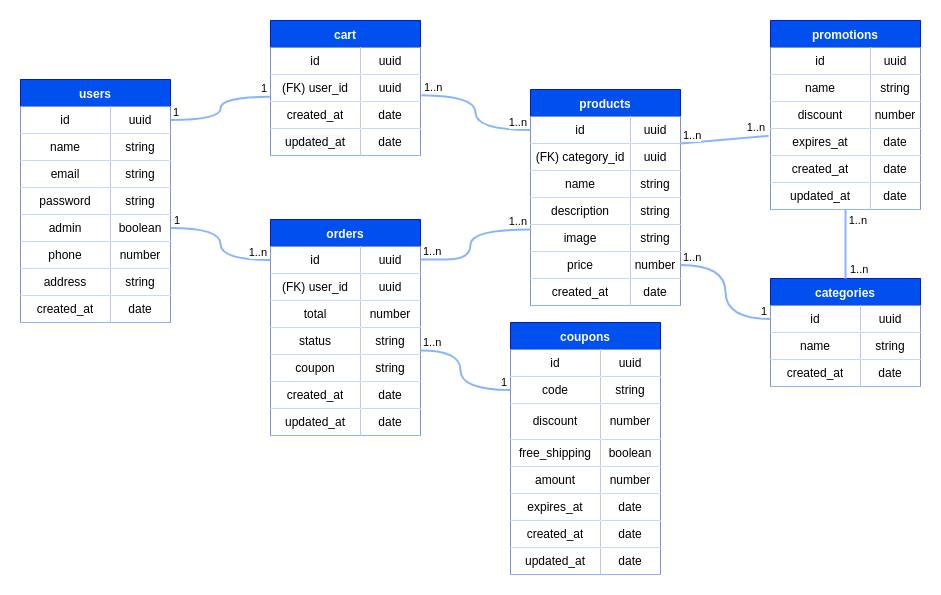
The draw.io diagram diagram.png in lucasdavidoj/pizzeriaAPI, before a commit. Source tidied: cells renumbered, new cells last; positions are measured from the earlier drawing's top-left corner, leaving out a move shared by most shapes.
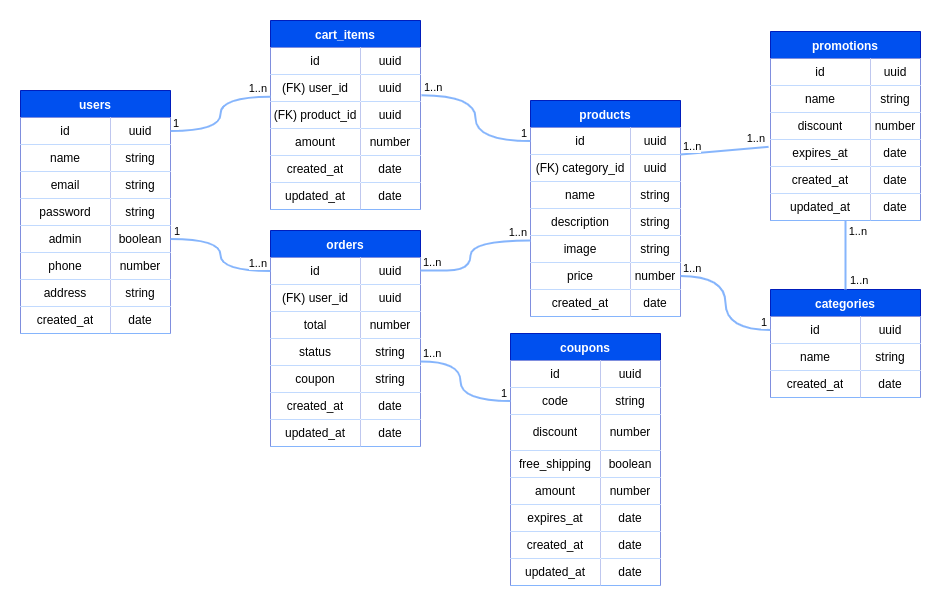
Later version of the same file.

The edit, as a diff of the source:
```diff
@@ -314,8 +314,8 @@
     <mxCell id="105" value="date" style="shape=partialRectangle;html=1;whiteSpace=wrap;top=0;left=0;bottom=1;right=0;overflow=hidden;strokeColor=#86B5FC;" parent="103" vertex="1">
       <mxGeometry x="90" width="60" height="27" as="geometry" />
     </mxCell>
-    <mxCell id="106" value="cart" style="shape=table;startSize=27;fontStyle=1;align=center;rounded=0;shadow=0;sketch=0;swimlaneLine=1;fillColor=#0050EF;fontColor=#ffffff;strokeColor=#001DBC;strokeWidth=1;perimeterSpacing=0;" parent="1" vertex="1">
-      <mxGeometry x="250" width="150" height="135" as="geometry" />
+    <mxCell id="106" value="cart_items" style="shape=table;startSize=27;fontStyle=1;align=center;rounded=0;shadow=0;sketch=0;swimlaneLine=1;fillColor=#0050EF;fontColor=#ffffff;strokeColor=#001DBC;strokeWidth=1;perimeterSpacing=0;" parent="1" vertex="1">
+      <mxGeometry x="250" y="-11" width="150" height="189" as="geometry" />
     </mxCell>
     <mxCell id="107" style="shape=tableRow;horizontal=0;startSize=0;swimlaneHead=0;swimlaneBody=0;top=0;left=0;bottom=0;right=0;fillColor=none;" parent="106" vertex="1">
       <mxGeometry y="27" width="150" height="27" as="geometry" />
@@ -335,8 +335,26 @@
     <mxCell id="112" value="uuid" style="shape=partialRectangle;html=1;whiteSpace=wrap;top=0;left=0;bottom=1;right=0;overflow=hidden;strokeColor=#86B5FC;" parent="110" vertex="1">
       <mxGeometry x="90" width="60" height="27" as="geometry" />
     </mxCell>
+    <mxCell id="162" style="shape=tableRow;horizontal=0;startSize=0;swimlaneHead=0;swimlaneBody=0;top=0;left=0;bottom=0;right=0;fillColor=none;" parent="106" vertex="1">
+      <mxGeometry y="81" width="150" height="27" as="geometry" />
+    </mxCell>
+    <mxCell id="163" value="(FK) product_id" style="shape=partialRectangle;html=1;whiteSpace=wrap;top=0;left=0;bottom=1;right=0;overflow=hidden;fillColor=#FFFFFF;strokeColor=#86B5FC;strokeWidth=1;" parent="162" vertex="1">
+      <mxGeometry width="90" height="27" as="geometry" />
+    </mxCell>
+    <mxCell id="164" value="uuid" style="shape=partialRectangle;html=1;whiteSpace=wrap;top=0;left=0;bottom=1;right=0;overflow=hidden;strokeColor=#86B5FC;" parent="162" vertex="1">
+      <mxGeometry x="90" width="60" height="27" as="geometry" />
+    </mxCell>
+    <mxCell id="116" style="shape=tableRow;horizontal=0;startSize=0;swimlaneHead=0;swimlaneBody=0;top=0;left=0;bottom=0;right=0;fillColor=none;" parent="106" vertex="1">
+      <mxGeometry y="108" width="150" height="27" as="geometry" />
+    </mxCell>
+    <mxCell id="165" value="amount" style="shape=partialRectangle;html=1;whiteSpace=wrap;top=0;left=0;bottom=1;right=0;overflow=hidden;fillColor=#FFFFFF;strokeColor=#86B5FC;strokeWidth=1;" parent="116" vertex="1">
+      <mxGeometry width="90" height="27" as="geometry" />
+    </mxCell>
+    <mxCell id="166" value="number" style="shape=partialRectangle;html=1;whiteSpace=wrap;top=0;left=0;bottom=1;right=0;overflow=hidden;strokeColor=#86B5FC;" parent="116" vertex="1">
+      <mxGeometry x="90" width="60" height="27" as="geometry" />
+    </mxCell>
     <mxCell id="113" style="shape=tableRow;horizontal=0;startSize=0;swimlaneHead=0;swimlaneBody=0;top=0;left=0;bottom=0;right=0;fillColor=none;" parent="106" vertex="1">
-      <mxGeometry y="81" width="150" height="27" as="geometry" />
+      <mxGeometry y="135" width="150" height="27" as="geometry" />
     </mxCell>
     <mxCell id="114" value="created_at" style="shape=partialRectangle;html=1;whiteSpace=wrap;top=0;left=0;bottom=1;right=0;overflow=hidden;strokeColor=#86B5FC;" parent="113" vertex="1">
       <mxGeometry width="90" height="27" as="geometry" />
@@ -344,13 +362,13 @@
     <mxCell id="115" value="date" style="shape=partialRectangle;html=1;whiteSpace=wrap;top=0;left=0;bottom=1;right=0;overflow=hidden;strokeColor=#86B5FC;" parent="113" vertex="1">
       <mxGeometry x="90" width="60" height="27" as="geometry" />
     </mxCell>
-    <mxCell id="116" style="shape=tableRow;horizontal=0;startSize=0;swimlaneHead=0;swimlaneBody=0;top=0;left=0;bottom=0;right=0;fillColor=none;" parent="106" vertex="1">
-      <mxGeometry y="108" width="150" height="27" as="geometry" />
-    </mxCell>
+    <mxCell id="167" style="shape=tableRow;horizontal=0;startSize=0;swimlaneHead=0;swimlaneBody=0;top=0;left=0;bottom=0;right=0;fillColor=none;" parent="106" vertex="1">
+      <mxGeometry y="162" width="150" height="27" as="geometry" />
+    </mxCell>
-    <mxCell id="117" value="&lt;span style=&quot;color: rgb(0, 0, 0); font-family: helvetica; font-size: 12px; font-style: normal; font-weight: 400; letter-spacing: normal; text-align: center; text-indent: 0px; text-transform: none; word-spacing: 0px; background-color: rgb(248, 249, 250); display: inline; float: none;&quot;&gt;updated_at&lt;/span&gt;" style="shape=partialRectangle;html=1;whiteSpace=wrap;top=0;left=0;bottom=1;right=0;overflow=hidden;strokeColor=#86B5FC;" parent="116" vertex="1">
+    <mxCell id="117" value="&lt;span&gt;updated_at&lt;/span&gt;" style="shape=partialRectangle;html=1;whiteSpace=wrap;top=0;left=0;bottom=1;right=0;overflow=hidden;strokeColor=#86B5FC;" parent="167" vertex="1">
       <mxGeometry width="90" height="27" as="geometry" />
     </mxCell>
-    <mxCell id="118" value="date" style="shape=partialRectangle;html=1;whiteSpace=wrap;top=0;left=0;bottom=1;right=0;overflow=hidden;strokeColor=#86B5FC;" parent="116" vertex="1">
+    <mxCell id="118" value="date" style="shape=partialRectangle;html=1;whiteSpace=wrap;top=0;left=0;bottom=1;right=0;overflow=hidden;strokeColor=#86B5FC;" parent="167" vertex="1">
       <mxGeometry x="90" width="60" height="27" as="geometry" />
     </mxCell>
     <mxCell id="119" style="endArrow=none;html=1;rounded=0;shadow=0;sketch=0;strokeColor=#86B5FC;exitX=1;exitY=0.5;exitDx=0;exitDy=0;entryX=0;entryY=0.5;entryDx=0;entryDy=0;edgeStyle=orthogonalEdgeStyle;endFill=0;curved=1;fillColor=#1ba1e2;strokeWidth=2;" parent="1" edge="1" source="37" target="3">
@@ -374,7 +392,7 @@
         <mxPoint x="1" as="offset" />
       </mxGeometry>
     </mxCell>
-    <mxCell id="124" value="1" style="edgeLabel;html=1;align=right;verticalAlign=bottom;" parent="122" vertex="1">
+    <mxCell id="124" value="1..n" style="edgeLabel;html=1;align=right;verticalAlign=bottom;" parent="122" vertex="1">
       <mxGeometry x="1" relative="1" as="geometry">
         <mxPoint x="-3" as="offset" />
       </mxGeometry>
@@ -466,7 +484,7 @@
         <mxPoint x="1" as="offset" />
       </mxGeometry>
     </mxCell>
-    <mxCell id="149" value="1..n" style="edgeLabel;html=1;align=right;verticalAlign=bottom;" parent="147" vertex="1">
+    <mxCell id="149" value="1" style="edgeLabel;html=1;align=right;verticalAlign=bottom;" parent="147" vertex="1">
       <mxGeometry x="1" relative="1" as="geometry">
         <mxPoint x="-3" as="offset" />
       </mxGeometry>
```
